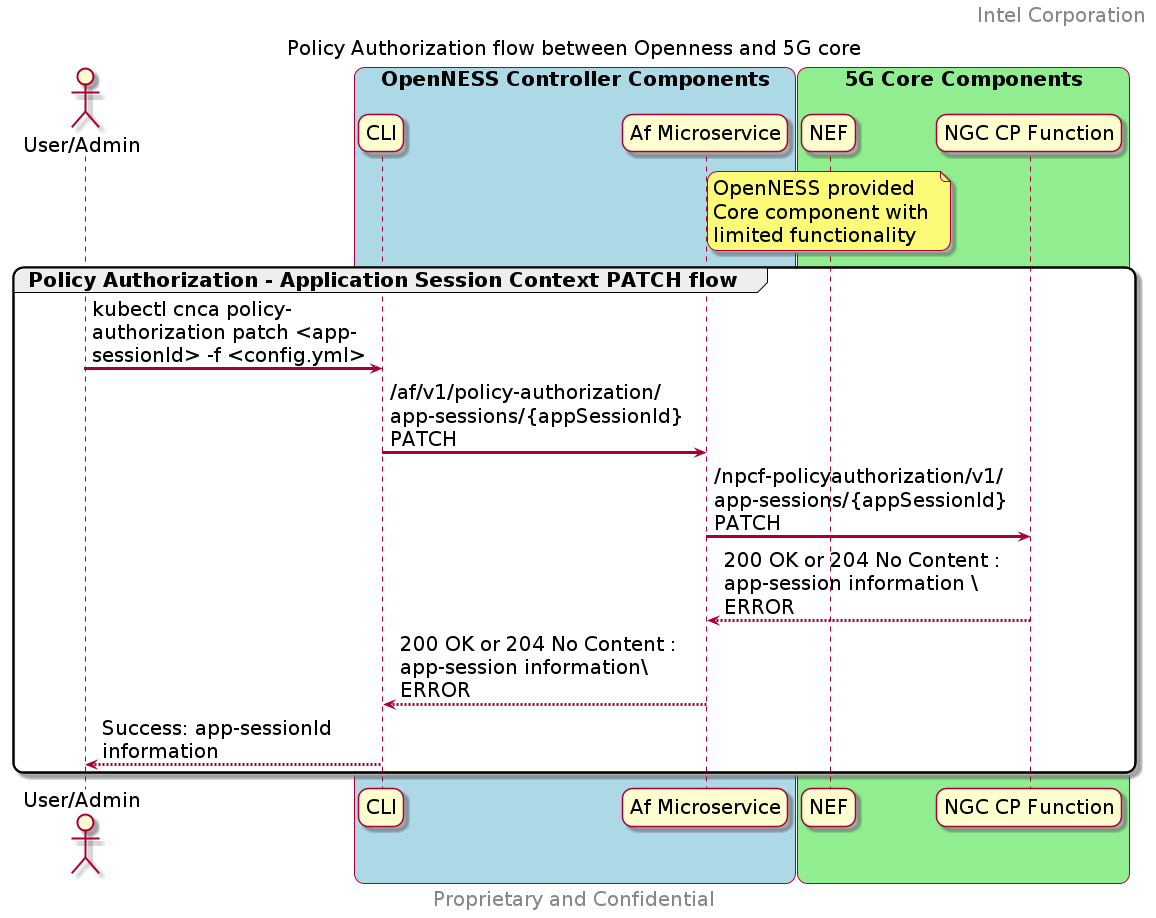
This is doc/core-network/ngc-images/AF_Policy_Authorization_patch.png from smart-edge-open/ido-specs, a PlantUML export, as it was before one commit.
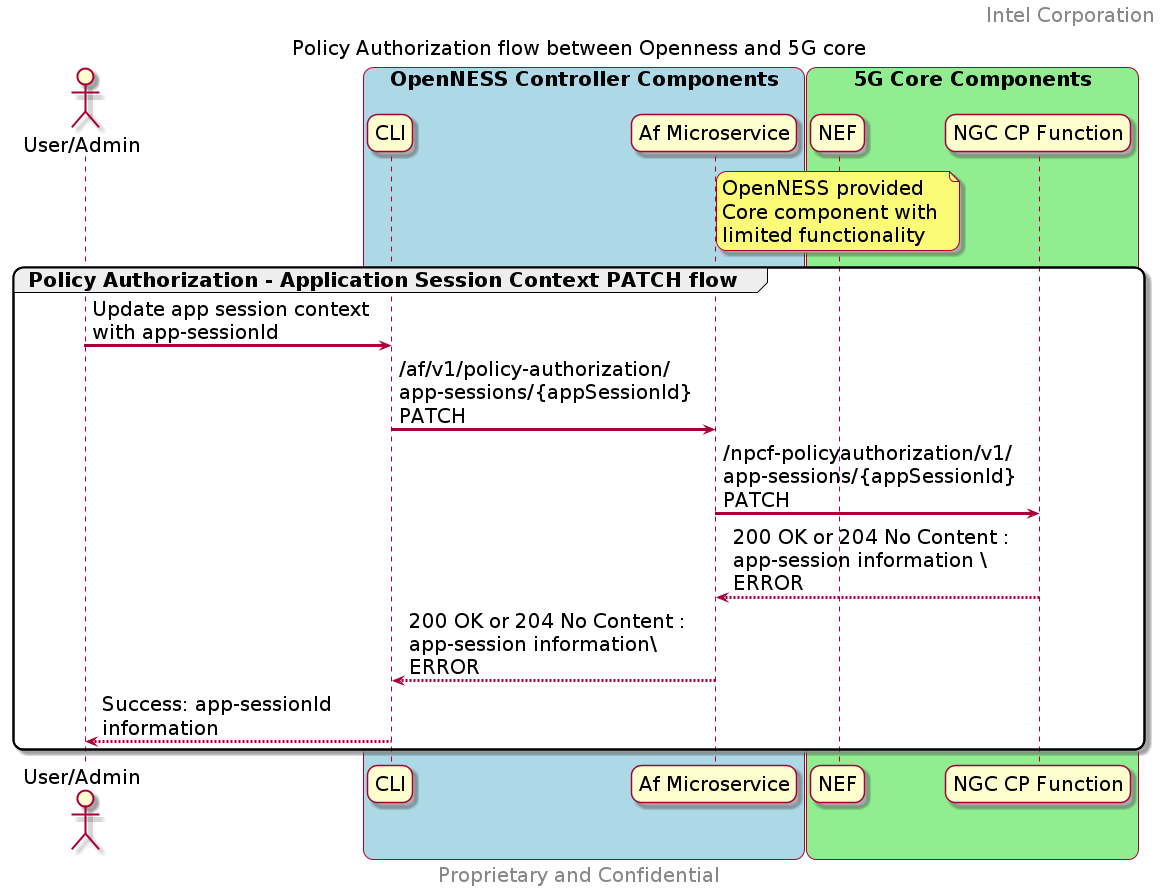
The same file after the commit.

Diff of the diagram source:
```diff
@@ -34,7 +34,7 @@
 end box
 
 group Policy Authorization - Application Session Context PATCH flow
-    user -> CLI : kubectl cnca policy-authorization patch <app-sessionId> -f <config.yml>
+    user -> CLI : Update app session context with app-sessionId
     CLI -> AF : /af/v1/policy-authorization/app-sessions/{appSessionId} PATCH
     AF -> 5GC : /npcf-policyauthorization/v1/app-sessions/{appSessionId} PATCH
 
```
